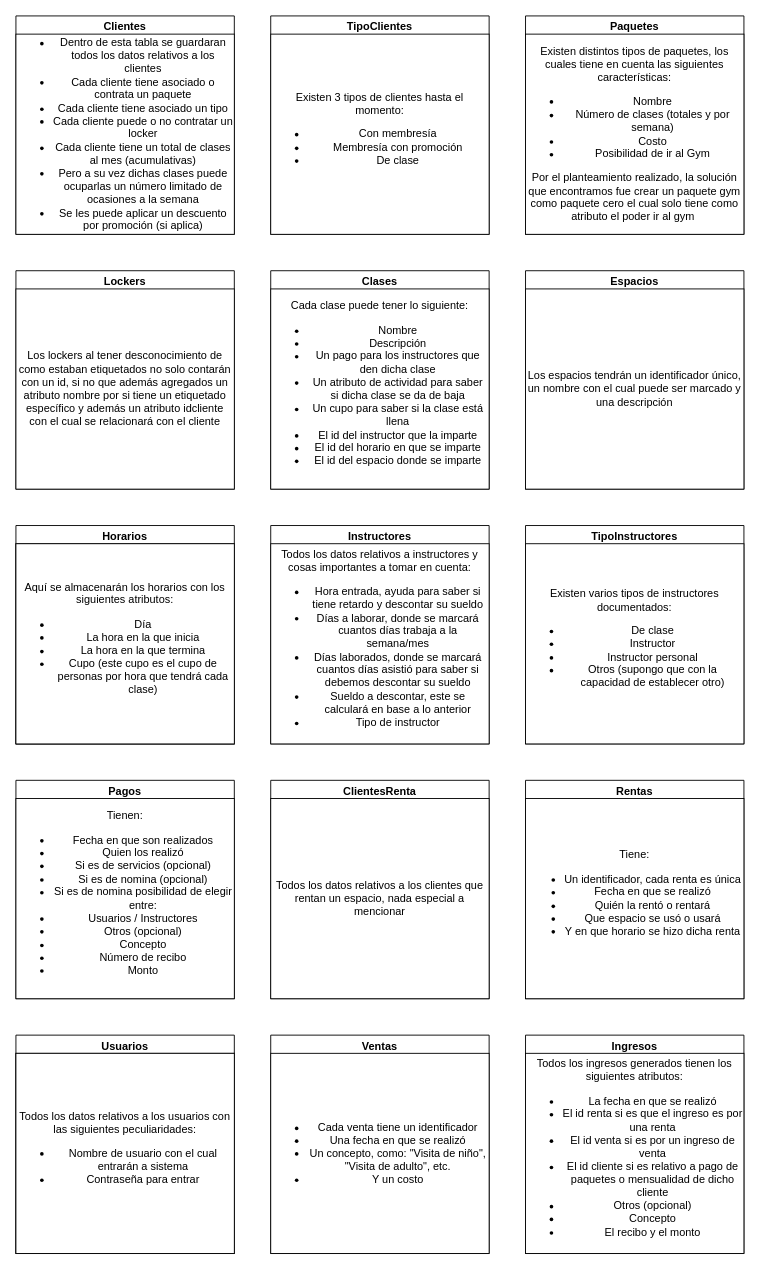
Before: page "Documentación" (2 of 4) of GymCastillo/Docs/Diagrams/Gym.drawio in Fwxzxh/GymCastillo, a draw.io diagram. Source tidied: cells renumbered, new cells numbered last; positions are measured from the earlier drawing's top-left corner, leaving out a move shared by most shapes. Both pictures are drawn from the tidied source at 91%, with x=0, y=0 at pixel (15, 15).
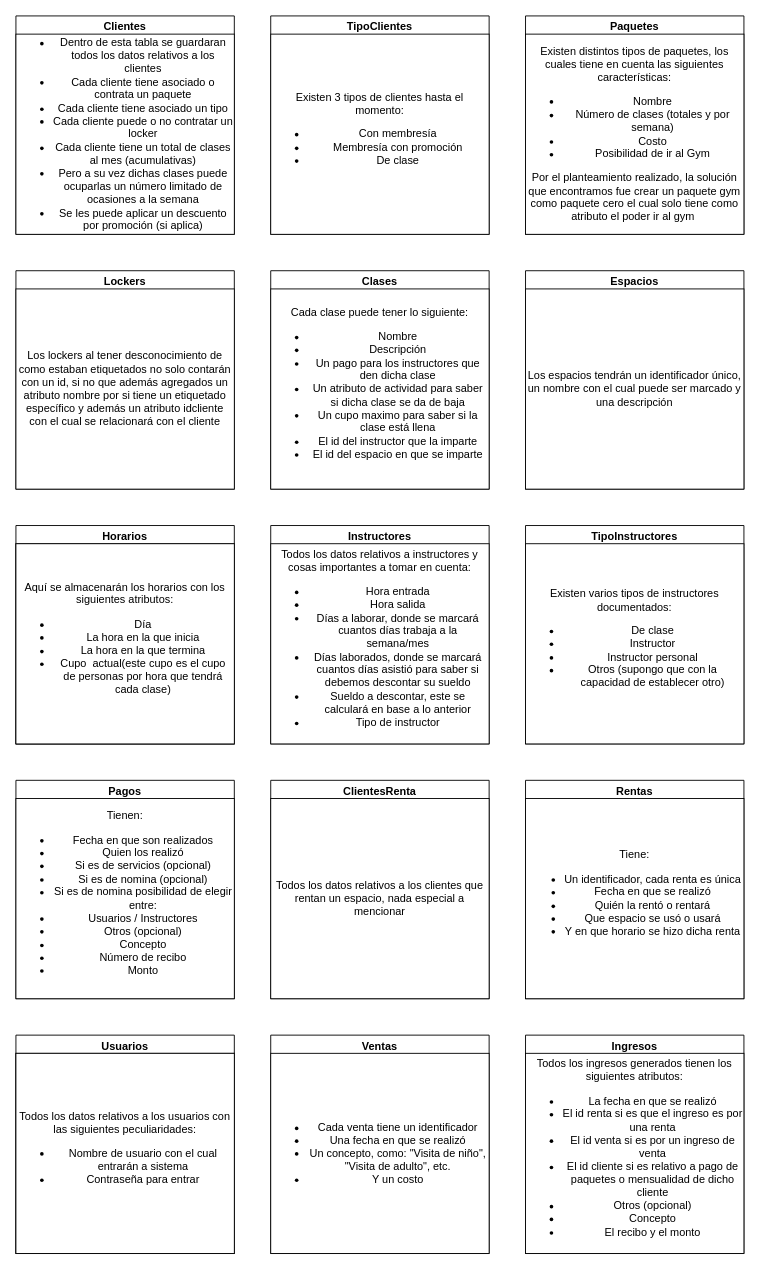
The same page after the edit.

The change refers to these unchanged cells:
```xml
<mxCell id="10" value="Clases" style="swimlane;" parent="1" vertex="1">
  <mxGeometry x="280" y="280" width="240" height="240" as="geometry" />
</mxCell>
<mxCell id="14" value="Horarios" style="swimlane;" parent="1" vertex="1">
  <mxGeometry y="560" width="240" height="240" as="geometry" />
</mxCell>
<mxCell id="17" value="Instructores" style="swimlane;" parent="1" vertex="1">
  <mxGeometry x="280" y="560" width="240" height="240" as="geometry" />
</mxCell>
```

Change to the diagram source:
```diff
@@
-    <mxCell id="11" value="Cada clase puede tener lo siguiente:&lt;br&gt;&lt;ul&gt;&lt;li&gt;Nombre&lt;/li&gt;&lt;li&gt;Descripción&lt;/li&gt;&lt;li&gt;Un pago para los instructores que den dicha clase&lt;/li&gt;&lt;li&gt;Un atributo de actividad para saber si dicha clase se da de baja&lt;/li&gt;&lt;li&gt;Un cupo para saber si la clase está llena&lt;/li&gt;&lt;li&gt;El id del instructor que la imparte&lt;/li&gt;&lt;li&gt;El id del horario en que se imparte&lt;/li&gt;&lt;li&gt;El id del espacio donde se imparte&lt;/li&gt;&lt;/ul&gt;" style="rounded=0;whiteSpace=wrap;html=1;" parent="10" vertex="1">
+    <mxCell id="11" value="Cada clase puede tener lo siguiente:&lt;br&gt;&lt;ul&gt;&lt;li&gt;Nombre&lt;/li&gt;&lt;li&gt;Descripción&lt;/li&gt;&lt;li&gt;Un pago para los instructores que den dicha clase&lt;/li&gt;&lt;li&gt;Un atributo de actividad para saber si dicha clase se da de baja&lt;/li&gt;&lt;li&gt;Un cupo maximo para saber si la clase está llena&lt;/li&gt;&lt;li&gt;El id del instructor que la imparte&lt;/li&gt;&lt;li&gt;El id del espacio en que se imparte&lt;/li&gt;&lt;/ul&gt;" style="rounded=0;whiteSpace=wrap;html=1;" parent="10" vertex="1">
       <mxGeometry y="20" width="240" height="220" as="geometry" />
     </mxCell>
@@
-    <mxCell id="16" value="Aquí se almacenarán los horarios con los siguientes atributos:&lt;br&gt;&lt;ul&gt;&lt;li&gt;Día&lt;/li&gt;&lt;li&gt;La hora en la que inicia&lt;/li&gt;&lt;li&gt;La hora en la que termina&lt;/li&gt;&lt;li&gt;Cupo (este cupo es el cupo de personas por hora que tendrá cada clase)&lt;/li&gt;&lt;/ul&gt;" style="rounded=0;whiteSpace=wrap;html=1;" parent="14" vertex="1">
+    <mxCell id="16" value="Aquí se almacenarán los horarios con los siguientes atributos:&lt;br&gt;&lt;ul&gt;&lt;li&gt;Día&lt;/li&gt;&lt;li&gt;La hora en la que inicia&lt;/li&gt;&lt;li&gt;La hora en la que termina&lt;/li&gt;&lt;li&gt;Cupo&amp;nbsp; actual(este cupo es el cupo de personas por hora que tendrá cada clase)&lt;/li&gt;&lt;/ul&gt;" style="rounded=0;whiteSpace=wrap;html=1;" parent="14" vertex="1">
       <mxGeometry y="20" width="240" height="220" as="geometry" />
     </mxCell>
@@
-    <mxCell id="18" value="Todos los datos relativos a instructores y cosas importantes a tomar en cuenta:&lt;br&gt;&lt;ul&gt;&lt;li&gt;Hora entrada, ayuda para saber si tiene retardo y descontar su sueldo&lt;/li&gt;&lt;li&gt;Días a laborar, donde se marcará cuantos días trabaja a la semana/mes&lt;/li&gt;&lt;li&gt;Días laborados, donde se marcará cuantos días asistió para saber si debemos descontar su sueldo&lt;/li&gt;&lt;li&gt;Sueldo a descontar, este se calculará en base a lo anterior&lt;/li&gt;&lt;li&gt;Tipo de instructor&lt;/li&gt;&lt;/ul&gt;" style="rounded=0;whiteSpace=wrap;html=1;" parent="17" vertex="1">
+    <mxCell id="18" value="Todos los datos relativos a instructores y cosas importantes a tomar en cuenta:&lt;br&gt;&lt;ul&gt;&lt;li&gt;Hora entrada&lt;/li&gt;&lt;li&gt;Hora salida&lt;/li&gt;&lt;li&gt;Días a laborar, donde se marcará cuantos días trabaja a la semana/mes&lt;/li&gt;&lt;li&gt;Días laborados, donde se marcará cuantos días asistió para saber si debemos descontar su sueldo&lt;/li&gt;&lt;li&gt;Sueldo a descontar, este se calculará en base a lo anterior&lt;/li&gt;&lt;li&gt;Tipo de instructor&lt;/li&gt;&lt;/ul&gt;" style="rounded=0;whiteSpace=wrap;html=1;" parent="17" vertex="1">
       <mxGeometry y="20" width="240" height="220" as="geometry" />
     </mxCell>
```
